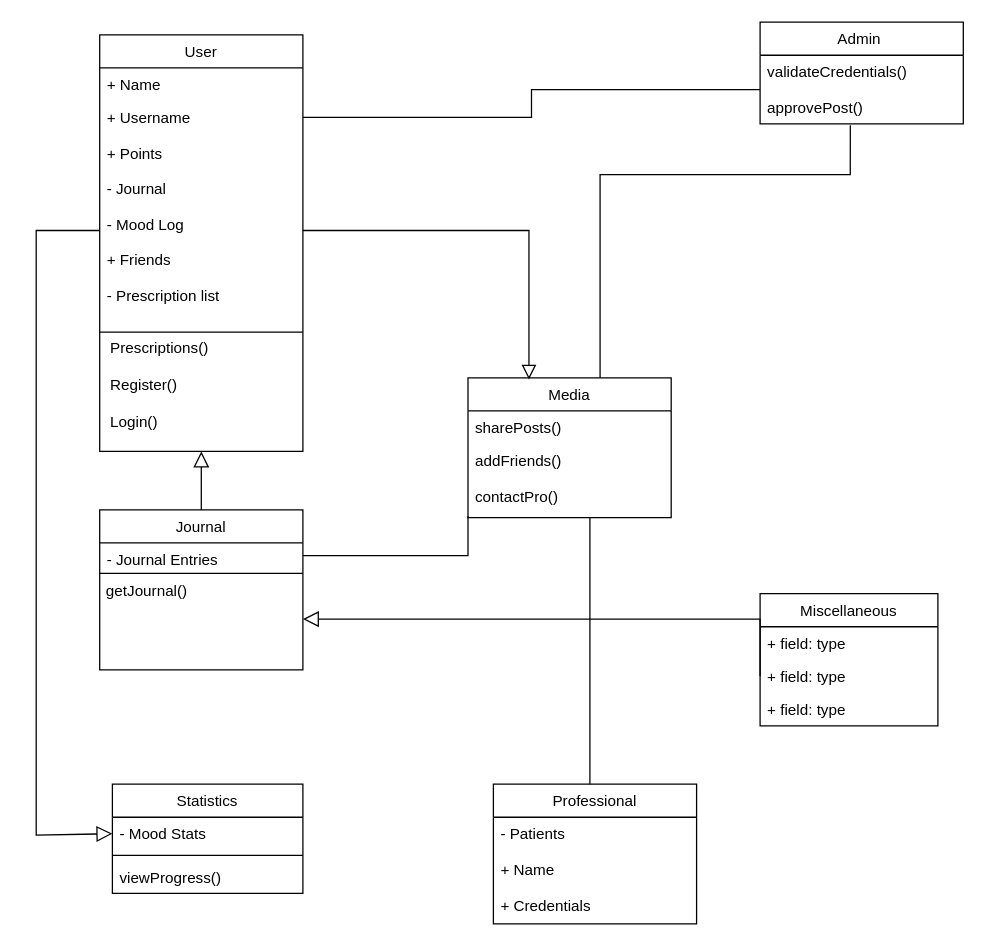
The draw.io diagram UML Class Diagram.drawio in sneekr-a/mental-health-app, before the edit. Source tidied: cells renumbered, new cells numbered last; positions are measured from the earlier drawing's top-left corner, leaving out a move shared by most shapes. Both pictures are drawn from the tidied source at 127%, with x=0, y=0 at pixel (36, 22).
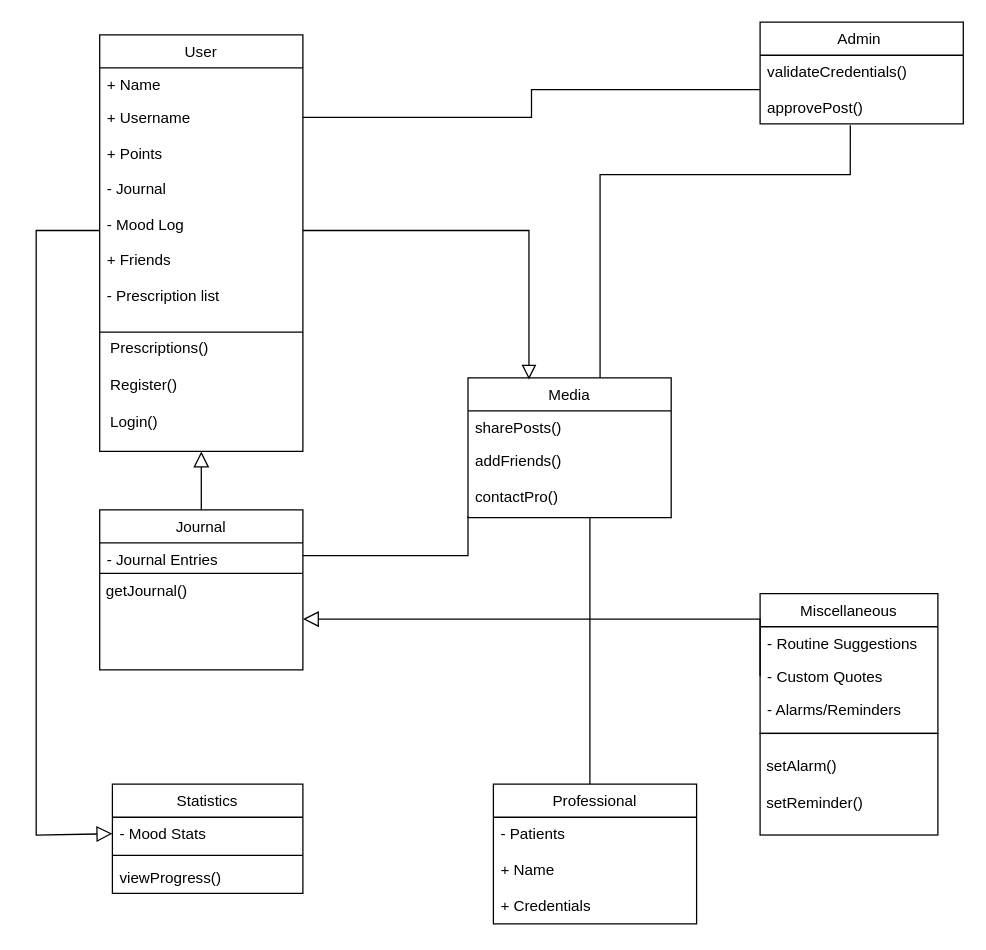
The same page after the edit.

What changed in the source:
```diff
@@
     <mxCell id="30" value="Miscellaneous" style="swimlane;fontStyle=0;horizontal=1;startSize=26;fillColor=none;align=center;" parent="1" vertex="1">
-      <mxGeometry x="570" y="450" width="140" height="104" as="geometry" />
+      <mxGeometry x="570" y="450" width="140" height="110" as="geometry" />
     </mxCell>
-    <mxCell id="31" value="+ field: type" style="text;strokeColor=none;fillColor=none;align=left;verticalAlign=top;spacingLeft=4;spacingRight=4;overflow=hidden;" parent="30" vertex="1">
+    <mxCell id="31" value="- Routine Suggestions" style="text;strokeColor=none;fillColor=none;align=left;verticalAlign=top;spacingLeft=4;spacingRight=4;overflow=hidden;" parent="30" vertex="1">
       <mxGeometry y="26" width="140" height="26" as="geometry" />
     </mxCell>
-    <mxCell id="32" value="+ field: type" style="text;strokeColor=none;fillColor=none;align=left;verticalAlign=top;spacingLeft=4;spacingRight=4;overflow=hidden;points=[[0,0.5],[1,0.5]];portConstraint=eastwest;" parent="30" vertex="1">
+    <mxCell id="32" value="- Custom Quotes" style="text;strokeColor=none;fillColor=none;align=left;verticalAlign=top;spacingLeft=4;spacingRight=4;overflow=hidden;points=[[0,0.5],[1,0.5]];portConstraint=eastwest;" parent="30" vertex="1">
       <mxGeometry y="52" width="140" height="26" as="geometry" />
     </mxCell>
-    <mxCell id="33" value="+ field: type" style="text;strokeColor=none;fillColor=none;align=left;verticalAlign=top;spacingLeft=4;spacingRight=4;overflow=hidden;" parent="30" vertex="1">
-      <mxGeometry y="78" width="140" height="26" as="geometry" />
+    <mxCell id="33" value="- Alarms/Reminders" style="text;strokeColor=none;fillColor=none;align=left;verticalAlign=top;spacingLeft=4;spacingRight=4;overflow=hidden;" parent="30" vertex="1">
+      <mxGeometry y="78" width="140" height="32" as="geometry" />
     </mxCell>
@@
+    <mxCell id="35" value="&amp;nbsp;setAlarm()&lt;br&gt;&lt;br&gt;&amp;nbsp;setReminder()" style="html=1;fillColor=none;align=left;" parent="1" vertex="1">
+      <mxGeometry x="570" y="560" width="140" height="80" as="geometry" />
+    </mxCell>
```
